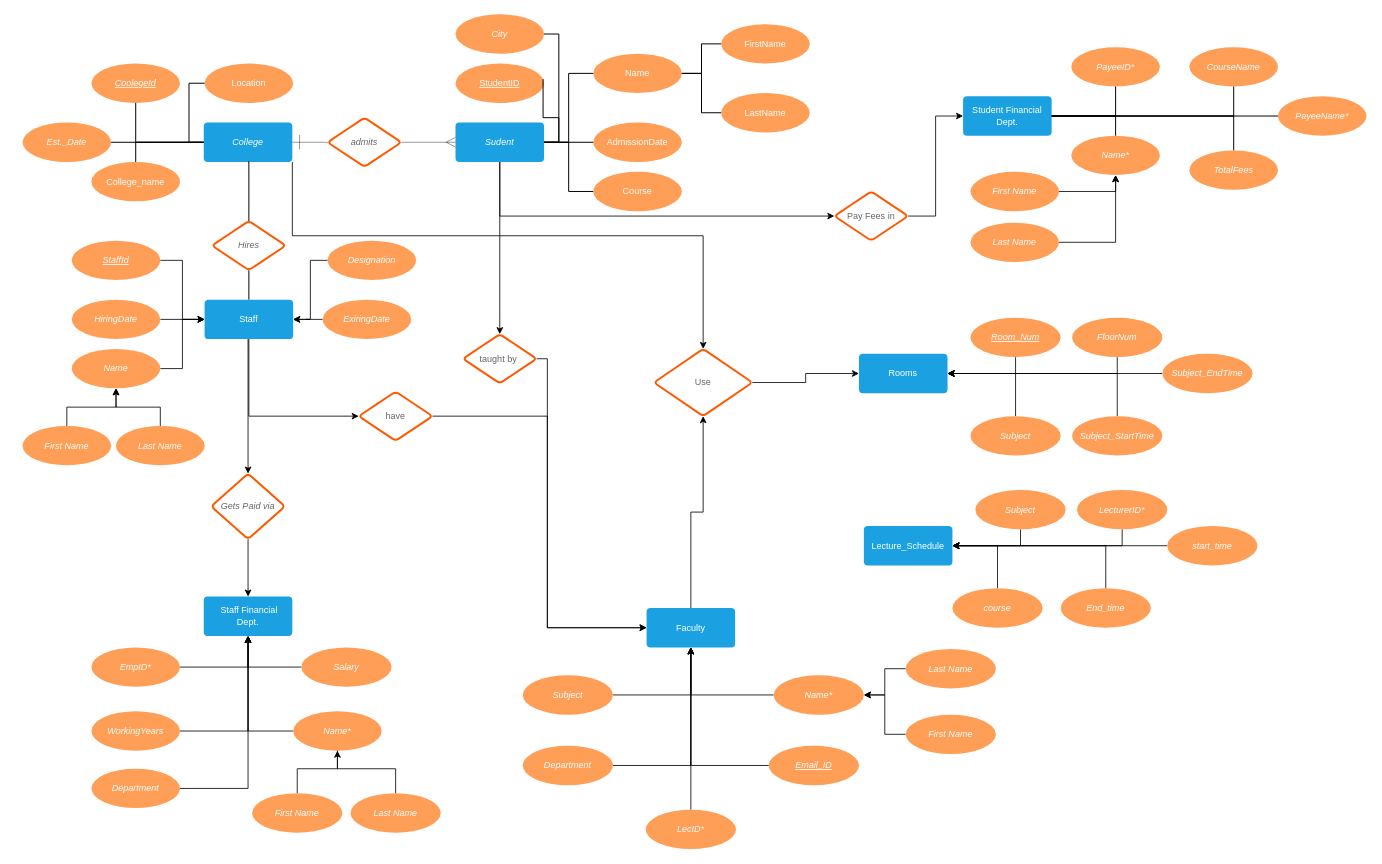
This is Untitled Diagram.drawio from nikgrover/DBMS, a draw.io file, before an edit. Source tidied: cells renumbered, new cells numbered last; positions are measured from the earlier drawing's top-left corner, leaving out a move shared by most shapes. Both pictures are drawn from the tidied source at 82%, with x=0, y=0 at pixel (22, 14).
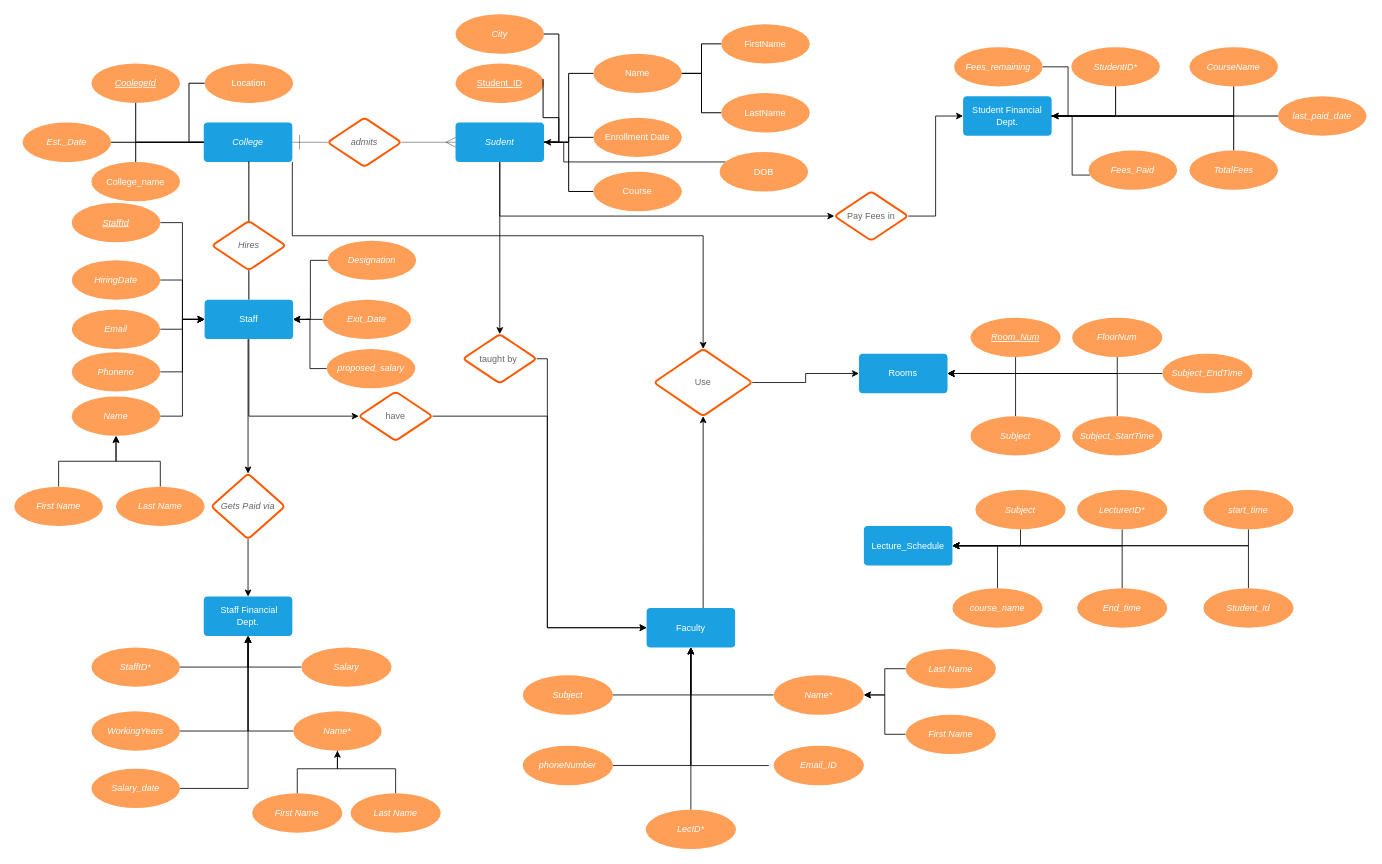
Above is the later version.

The change refers to these unchanged cells:
```xml
<mxCell id="9" value="Sudent" style="html=1;whiteSpace=wrap;fontSize=11;fontColor=#ffffff;fontStyle=2;spacing=5;strokeOpacity=0;fillOpacity=100;rounded=1;absoluteArcSize=1;arcSize=9.6;fillColor=#1ba1e2;strokeWidth=1.2;strokeColor=#006EAF;" parent="1" vertex="1">
  <mxGeometry x="528" y="132" width="108" height="48" as="geometry" />
</mxCell>
<mxCell id="14" value="Student Financial Dept." style="html=1;whiteSpace=wrap;fontSize=11;fontColor=#ffffff;spacing=5;strokeOpacity=0;fillOpacity=100;rounded=1;absoluteArcSize=1;arcSize=9.6;fillColor=#1ba1e2;strokeWidth=1.2;strokeColor=#006EAF;" parent="1" vertex="1">
  <mxGeometry x="1147" y="100" width="108" height="48" as="geometry" />
</mxCell>
<mxCell id="49" value="Staff" style="html=1;whiteSpace=wrap;fontSize=11;fontColor=#ffffff;spacing=5;strokeOpacity=0;fillOpacity=100;rounded=1;absoluteArcSize=1;arcSize=9.6;fillColor=#1ba1e2;strokeWidth=1.2;strokeColor=#006EAF;" parent="1" vertex="1">
  <mxGeometry x="222" y="348" width="108" height="48" as="geometry" />
</mxCell>
<mxCell id="90" value="Faculty" style="html=1;whiteSpace=wrap;fontSize=11;fontColor=#ffffff;spacing=5;strokeOpacity=0;fillOpacity=100;rounded=1;absoluteArcSize=1;arcSize=9.6;fillColor=#1ba1e2;strokeWidth=1.2;strokeColor=#006EAF;" parent="1" vertex="1">
  <mxGeometry x="761" y="724" width="108" height="48" as="geometry" />
</mxCell>
<mxCell id="107" value="Use" style="html=1;whiteSpace=wrap;rhombus;fontSize=11;fontColor=#666666;spacing=5;strokeColor=#fe5900;strokeOpacity=100;rounded=1;absoluteArcSize=1;arcSize=9.6;strokeWidth=2.4;" parent="1" vertex="1">
  <mxGeometry x="770" y="408" width="120" height="82" as="geometry" />
</mxCell>
<mxCell id="119" value="Lecture_Schedule" style="html=1;whiteSpace=wrap;fontSize=11;fontColor=#ffffff;spacing=5;strokeOpacity=0;fillOpacity=100;rounded=1;absoluteArcSize=1;arcSize=9.6;fillColor=#1ba1e2;strokeWidth=1.2;strokeColor=#006EAF;" parent="1" vertex="1">
  <mxGeometry x="1026" y="624" width="108" height="48" as="geometry" />
</mxCell>
```

Change to the diagram source:
```diff
@@
-    <mxCell id="15" value="PayeeID*" style="html=1;whiteSpace=wrap;ellipse;fontSize=11;fontColor=#ffffff;fontStyle=2;spacing=5;strokeOpacity=0;fillOpacity=100;rounded=1;absoluteArcSize=1;arcSize=9.6;fillColor=#ff9e56;strokeWidth=1.2;" parent="1" vertex="1">
+    <mxCell id="15" value="StudentID*" style="html=1;whiteSpace=wrap;ellipse;fontSize=11;fontColor=#ffffff;fontStyle=2;spacing=5;strokeOpacity=0;fillOpacity=100;rounded=1;absoluteArcSize=1;arcSize=9.6;fillColor=#ff9e56;strokeWidth=1.2;" parent="1" vertex="1">
       <mxGeometry x="1279" y="40" width="108" height="48" as="geometry" />
     </mxCell>
@@
-    <mxCell id="17" value="PayeeName*" style="html=1;whiteSpace=wrap;ellipse;fontSize=11;fontColor=#ffffff;fontStyle=2;spacing=5;strokeOpacity=0;fillOpacity=100;rounded=1;absoluteArcSize=1;arcSize=9.6;fillColor=#ff9e56;strokeWidth=1.2;" parent="1" vertex="1">
+    <mxCell id="17" value="last_paid_date" style="html=1;whiteSpace=wrap;ellipse;fontSize=11;fontColor=#ffffff;fontStyle=2;spacing=5;strokeOpacity=0;fillOpacity=100;rounded=1;absoluteArcSize=1;arcSize=9.6;fillColor=#ff9e56;strokeWidth=1.2;" parent="1" vertex="1">
       <mxGeometry x="1531" y="100" width="108" height="48" as="geometry" />
     </mxCell>
-    <mxCell id="18" value="Name*" style="html=1;whiteSpace=wrap;ellipse;fontSize=11;fontColor=#ffffff;fontStyle=2;spacing=5;strokeOpacity=0;fillOpacity=100;rounded=1;absoluteArcSize=1;arcSize=9.6;fillColor=#ff9e56;strokeWidth=1.2;" parent="1" vertex="1">
-      <mxGeometry x="1279" y="148" width="108" height="48" as="geometry" />
-    </mxCell>
@@
-    <mxCell id="24" value="AdmissionDate" style="html=1;whiteSpace=wrap;ellipse;fontSize=11;fontColor=#ffffff;spacing=5;strokeOpacity=0;fillOpacity=100;rounded=1;absoluteArcSize=1;arcSize=9.6;fillColor=#ff9e56;strokeWidth=1.2;" parent="1" vertex="1">
-      <mxGeometry x="696" y="132" width="108" height="48" as="geometry" />
+    <mxCell id="24" value="Enrollment Date" style="html=1;whiteSpace=wrap;ellipse;fontSize=11;fontColor=#ffffff;spacing=5;strokeOpacity=0;fillOpacity=100;rounded=1;absoluteArcSize=1;arcSize=9.6;fillColor=#ff9e56;strokeWidth=1.2;" parent="1" vertex="1">
+      <mxGeometry x="696" y="126" width="108" height="48" as="geometry" />
     </mxCell>
-    <mxCell id="25" value="StudentID" style="html=1;whiteSpace=wrap;ellipse;fontSize=11;fontColor=#ffffff;fontStyle=4;spacing=5;strokeOpacity=0;fillOpacity=100;rounded=1;absoluteArcSize=1;arcSize=9.6;fillColor=#ff9e56;strokeWidth=1.2;" parent="1" vertex="1">
+    <mxCell id="25" value="Student_ID" style="html=1;whiteSpace=wrap;ellipse;fontSize=11;fontColor=#ffffff;fontStyle=4;spacing=5;strokeOpacity=0;fillOpacity=100;rounded=1;absoluteArcSize=1;arcSize=9.6;fillColor=#ff9e56;strokeWidth=1.2;" parent="1" vertex="1">
       <mxGeometry x="528" y="60" width="108" height="48" as="geometry" />
     </mxCell>
@@
-    <mxCell id="41" style="html=1;jettySize=18;fontSize=11;strokeWidth=1.2;rounded=1;arcSize=0;edgeStyle=orthogonalEdgeStyle;startArrow=none;endArrow=none;exitX=0.5;exitY=0;exitPerimeter=1;entryX=1;entryY=0.5;entryPerimeter=1;" parent="1" edge="1" source="18" target="14">
-      <mxGeometry relative="1" as="geometry" />
-    </mxCell>
@@
     <mxCell id="51" value="HiringDate" style="html=1;whiteSpace=wrap;ellipse;fontSize=11;fontColor=#ffffff;fontStyle=2;spacing=5;strokeOpacity=0;fillOpacity=100;rounded=1;absoluteArcSize=1;arcSize=9.6;fillColor=#ff9e56;strokeWidth=1.2;" parent="1" vertex="1">
-      <mxGeometry x="60" y="348" width="108" height="48" as="geometry" />
+      <mxGeometry x="60" y="300" width="108" height="48" as="geometry" />
     </mxCell>
@@
     <mxCell id="53" value="First Name" style="html=1;whiteSpace=wrap;ellipse;fontSize=11;fontColor=#ffffff;fontStyle=2;spacing=5;strokeOpacity=0;fillOpacity=100;rounded=1;absoluteArcSize=1;arcSize=9.6;fillColor=#ff9e56;strokeWidth=1.2;" parent="1" vertex="1">
-      <mxGeometry y="502" width="108" height="48" as="geometry" />
+      <mxGeometry x="-10" y="576" width="108" height="48" as="geometry" />
     </mxCell>
@@
     <mxCell id="55" value="StaffId" style="html=1;whiteSpace=wrap;ellipse;fontSize=11;fontColor=#ffffff;fontStyle=6;spacing=5;strokeOpacity=0;fillOpacity=100;rounded=1;absoluteArcSize=1;arcSize=9.6;fillColor=#ff9e56;strokeWidth=1.2;" parent="1" vertex="1">
-      <mxGeometry x="60" y="276" width="108" height="48" as="geometry" />
+      <mxGeometry x="60" y="230" width="108" height="48" as="geometry" />
     </mxCell>
@@
     <mxCell id="57" value="Name" style="html=1;whiteSpace=wrap;ellipse;fontSize=11;fontColor=#ffffff;fontStyle=2;spacing=5;strokeOpacity=0;fillOpacity=100;rounded=1;absoluteArcSize=1;arcSize=9.6;fillColor=#ff9e56;strokeWidth=1.2;" parent="1" vertex="1">
-      <mxGeometry x="60" y="408" width="108" height="48" as="geometry" />
+      <mxGeometry x="60" y="466" width="108" height="48" as="geometry" />
     </mxCell>
@@
-    <mxCell id="62" value="EmpID*" style="html=1;whiteSpace=wrap;ellipse;fontSize=11;fontColor=#ffffff;fontStyle=2;spacing=5;strokeOpacity=0;fillOpacity=100;rounded=1;absoluteArcSize=1;arcSize=9.6;fillColor=#ff9e56;strokeWidth=1.2;" parent="1" vertex="1">
+    <mxCell id="62" value="StaffID*" style="html=1;whiteSpace=wrap;ellipse;fontSize=11;fontColor=#ffffff;fontStyle=2;spacing=5;strokeOpacity=0;fillOpacity=100;rounded=1;absoluteArcSize=1;arcSize=9.6;fillColor=#ff9e56;strokeWidth=1.2;" parent="1" vertex="1">
       <mxGeometry x="84" y="772" width="108" height="48" as="geometry" />
     </mxCell>
@@
-    <mxCell id="68" value="Department" style="html=1;whiteSpace=wrap;ellipse;fontSize=11;fontColor=#ffffff;fontStyle=2;spacing=5;strokeOpacity=0;fillOpacity=100;rounded=1;absoluteArcSize=1;arcSize=9.6;fillColor=#ff9e56;strokeWidth=1.2;" parent="1" vertex="1">
+    <mxCell id="68" value="Salary_date" style="html=1;whiteSpace=wrap;ellipse;fontSize=11;fontColor=#ffffff;fontStyle=2;spacing=5;strokeOpacity=0;fillOpacity=100;rounded=1;absoluteArcSize=1;arcSize=9.6;fillColor=#ff9e56;strokeWidth=1.2;" parent="1" vertex="1">
       <mxGeometry x="84" y="920" width="108" height="48" as="geometry" />
     </mxCell>
@@
-    <mxCell id="71" style="edgeStyle=orthogonalEdgeStyle;rounded=0;jettySize=auto;html=1;entryX=0.5;entryY=1;entryDx=0;entryDy=0;" parent="1" edge="1" source="72" target="18">
-      <mxGeometry relative="1" as="geometry" />
-    </mxCell>
+    <mxCell id="130" style="edgeStyle=orthogonalEdgeStyle;rounded=0;jettySize=auto;html=1;entryX=1;entryY=0.5;entryDx=0;entryDy=0;exitX=1;exitY=0.5;exitDx=0;exitDy=0;" parent="1" edge="1" source="72" target="14">
+      <mxGeometry relative="1" as="geometry" />
+    </mxCell>
-    <mxCell id="72" value="First Name" style="html=1;whiteSpace=wrap;ellipse;fontSize=11;fontColor=#ffffff;fontStyle=2;spacing=5;strokeOpacity=0;fillOpacity=100;rounded=1;absoluteArcSize=1;arcSize=9.6;fillColor=#ff9e56;strokeWidth=1.2;" parent="1" vertex="1">
-      <mxGeometry x="1156" y="192" width="108" height="48" as="geometry" />
+    <mxCell id="72" value="Fees_remaining" style="html=1;whiteSpace=wrap;ellipse;fontSize=11;fontColor=#ffffff;fontStyle=2;spacing=5;strokeOpacity=0;fillOpacity=100;rounded=1;absoluteArcSize=1;arcSize=9.6;fillColor=#ff9e56;strokeWidth=1.2;" parent="1" vertex="1">
+      <mxGeometry x="1136" y="40" width="108" height="48" as="geometry" />
     </mxCell>
-    <mxCell id="73" style="edgeStyle=orthogonalEdgeStyle;rounded=0;jettySize=auto;html=1;entryX=0.5;entryY=1;entryDx=0;entryDy=0;" parent="1" edge="1" source="74" target="18">
-      <mxGeometry relative="1" as="geometry" />
+    <mxCell id="73" style="edgeStyle=orthogonalEdgeStyle;rounded=0;jettySize=auto;html=1;entryX=1;entryY=0.5;entryDx=0;entryDy=0;" parent="1" edge="1" source="74" target="14">
+      <mxGeometry relative="1" as="geometry">
+        <Array as="points">
+          <mxPoint x="1280" y="196" />
+          <mxPoint x="1280" y="124" />
+        </Array>
+      </mxGeometry>
     </mxCell>
-    <mxCell id="74" value="Last Name" style="html=1;whiteSpace=wrap;ellipse;fontSize=11;fontColor=#ffffff;fontStyle=2;spacing=5;strokeOpacity=0;fillOpacity=100;rounded=1;absoluteArcSize=1;arcSize=9.6;fillColor=#ff9e56;strokeWidth=1.2;" parent="1" vertex="1">
-      <mxGeometry x="1156" y="254" width="108" height="48" as="geometry" />
+    <mxCell id="74" value="Fees_Paid" style="html=1;whiteSpace=wrap;ellipse;fontSize=11;fontColor=#ffffff;fontStyle=2;spacing=5;strokeOpacity=0;fillOpacity=100;rounded=1;absoluteArcSize=1;arcSize=9.6;fillColor=#ff9e56;strokeWidth=1.2;" parent="1" vertex="1">
+      <mxGeometry x="1300" y="166" width="108" height="48" as="geometry" />
     </mxCell>
@@
     <mxCell id="78" value="Last Name" style="html=1;whiteSpace=wrap;ellipse;fontSize=11;fontColor=#ffffff;fontStyle=2;spacing=5;strokeOpacity=0;fillOpacity=100;rounded=1;absoluteArcSize=1;arcSize=9.6;fillColor=#ff9e56;strokeWidth=1.2;" parent="1" vertex="1">
-      <mxGeometry x="114" y="502" width="108" height="48" as="geometry" />
+      <mxGeometry x="114" y="576" width="108" height="48" as="geometry" />
     </mxCell>
@@
-    <mxCell id="80" value="ExiringDate" style="html=1;whiteSpace=wrap;ellipse;fontSize=11;fontColor=#ffffff;fontStyle=2;spacing=5;strokeOpacity=0;fillOpacity=100;rounded=1;absoluteArcSize=1;arcSize=9.6;fillColor=#ff9e56;strokeWidth=1.2;" parent="1" vertex="1">
+    <mxCell id="80" value="Exit_Date" style="html=1;whiteSpace=wrap;ellipse;fontSize=11;fontColor=#ffffff;fontStyle=2;spacing=5;strokeOpacity=0;fillOpacity=100;rounded=1;absoluteArcSize=1;arcSize=9.6;fillColor=#ff9e56;strokeWidth=1.2;" parent="1" vertex="1">
       <mxGeometry x="366" y="348" width="108" height="48" as="geometry" />
     </mxCell>
@@
     <mxCell id="89" style="edgeStyle=orthogonalEdgeStyle;rounded=0;jettySize=auto;html=1;entryX=0.5;entryY=1;entryDx=0;entryDy=0;" parent="1" edge="1" source="90" target="107">
-      <mxGeometry relative="1" as="geometry" />
+      <mxGeometry relative="1" as="geometry">
+        <Array as="points">
+          <mxPoint x="830" y="640" />
+          <mxPoint x="830" y="640" />
+        </Array>
+      </mxGeometry>
     </mxCell>
@@
-    <mxCell id="98" value="Department" style="html=1;whiteSpace=wrap;ellipse;fontSize=11;fontColor=#ffffff;fontStyle=2;spacing=5;strokeOpacity=0;fillOpacity=100;rounded=1;absoluteArcSize=1;arcSize=9.6;fillColor=#ff9e56;strokeWidth=1.2;" parent="1" vertex="1">
+    <mxCell id="98" value="phoneNumber&lt;br&gt;" style="html=1;whiteSpace=wrap;ellipse;fontSize=11;fontColor=#ffffff;fontStyle=2;spacing=5;strokeOpacity=0;fillOpacity=100;rounded=1;absoluteArcSize=1;arcSize=9.6;fillColor=#ff9e56;strokeWidth=1.2;" parent="1" vertex="1">
       <mxGeometry x="610" y="892" width="110" height="48" as="geometry" />
     </mxCell>
@@
-    <mxCell id="103" style="edgeStyle=orthogonalEdgeStyle;rounded=0;jettySize=auto;html=1;entryX=0.5;entryY=1;entryDx=0;entryDy=0;" parent="1" edge="1" source="104" target="90">
+    <mxCell id="103" style="edgeStyle=orthogonalEdgeStyle;rounded=0;jettySize=auto;html=1;entryX=0.5;entryY=1;entryDx=0;entryDy=0;" parent="1" edge="1" target="90">
       <mxGeometry relative="1" as="geometry">
+        <mxPoint x="910" y="916.1" as="sourcePoint" />
         <Array as="points">
           <mxPoint x="815" y="916" />
         </Array>
       </mxGeometry>
     </mxCell>
-    <mxCell id="104" value="&lt;u&gt;Email_ID&lt;/u&gt;" style="html=1;whiteSpace=wrap;ellipse;fontSize=11;fontColor=#ffffff;fontStyle=2;spacing=5;strokeOpacity=0;fillOpacity=100;rounded=1;absoluteArcSize=1;arcSize=9.6;fillColor=#ff9e56;strokeWidth=1.2;" parent="1" vertex="1">
-      <mxGeometry x="910" y="892" width="110" height="48" as="geometry" />
-    </mxCell>
@@
     <mxCell id="122" style="edgeStyle=orthogonalEdgeStyle;rounded=0;jettySize=auto;html=1;" parent="1" edge="1" source="123" target="119">
-      <mxGeometry relative="1" as="geometry" />
+      <mxGeometry relative="1" as="geometry">
+        <Array as="points">
+          <mxPoint x="1495" y="648" />
+        </Array>
+      </mxGeometry>
     </mxCell>
     <mxCell id="123" value="start_time" style="html=1;whiteSpace=wrap;ellipse;fontSize=11;fontColor=#ffffff;fontStyle=2;spacing=5;strokeOpacity=0;fillOpacity=100;rounded=1;absoluteArcSize=1;arcSize=9.6;fillColor=#ff9e56;strokeWidth=1.2;" parent="1" vertex="1">
-      <mxGeometry x="1396" y="624" width="110" height="48" as="geometry" />
+      <mxGeometry x="1440" y="580" width="110" height="48" as="geometry" />
     </mxCell>
@@
     <mxCell id="127" value="End_time" style="html=1;whiteSpace=wrap;ellipse;fontSize=11;fontColor=#ffffff;fontStyle=2;spacing=5;strokeOpacity=0;fillOpacity=100;rounded=1;absoluteArcSize=1;arcSize=9.6;fillColor=#ff9e56;strokeWidth=1.2;" parent="1" vertex="1">
-      <mxGeometry x="1266" y="700" width="110" height="48" as="geometry" />
+      <mxGeometry x="1286" y="700" width="110" height="48" as="geometry" />
     </mxCell>
@@
-    <mxCell id="129" value="course" style="html=1;whiteSpace=wrap;ellipse;fontSize=11;fontColor=#ffffff;fontStyle=2;spacing=5;strokeOpacity=0;fillOpacity=100;rounded=1;absoluteArcSize=1;arcSize=9.6;fillColor=#ff9e56;strokeWidth=1.2;" parent="1" vertex="1">
+    <mxCell id="129" value="course_name" style="html=1;whiteSpace=wrap;ellipse;fontSize=11;fontColor=#ffffff;fontStyle=2;spacing=5;strokeOpacity=0;fillOpacity=100;rounded=1;absoluteArcSize=1;arcSize=9.6;fillColor=#ff9e56;strokeWidth=1.2;" parent="1" vertex="1">
       <mxGeometry x="1134" y="700" width="110" height="48" as="geometry" />
     </mxCell>
+    <mxCell id="131" style="edgeStyle=orthogonalEdgeStyle;rounded=0;jettySize=auto;html=1;entryX=1;entryY=0.5;entryDx=0;entryDy=0;" parent="1" edge="1" source="132" target="9">
+      <mxGeometry relative="1" as="geometry">
+        <Array as="points">
+          <mxPoint x="660" y="180" />
+          <mxPoint x="660" y="156" />
+        </Array>
+      </mxGeometry>
+    </mxCell>
+    <mxCell id="132" value="DOB" style="html=1;whiteSpace=wrap;ellipse;fontSize=11;fontColor=#ffffff;spacing=5;strokeOpacity=0;fillOpacity=100;rounded=1;absoluteArcSize=1;arcSize=9.6;fillColor=#ff9e56;strokeWidth=1.2;" parent="1" vertex="1">
+      <mxGeometry x="850" y="168" width="108" height="48" as="geometry" />
+    </mxCell>
+    <mxCell id="133" style="edgeStyle=orthogonalEdgeStyle;rounded=0;jettySize=auto;html=1;entryX=1;entryY=0.5;entryDx=0;entryDy=0;" parent="1" edge="1" source="134" target="49">
+      <mxGeometry relative="1" as="geometry" />
+    </mxCell>
+    <mxCell id="134" value="proposed_salary" style="html=1;whiteSpace=wrap;ellipse;fontSize=11;fontColor=#ffffff;fontStyle=2;spacing=5;strokeOpacity=0;fillOpacity=100;rounded=1;absoluteArcSize=1;arcSize=9.6;fillColor=#ff9e56;strokeWidth=1.2;" parent="1" vertex="1">
+      <mxGeometry x="371" y="408" width="108" height="48" as="geometry" />
+    </mxCell>
+    <mxCell id="135" style="edgeStyle=orthogonalEdgeStyle;rounded=0;jettySize=auto;html=1;entryX=0;entryY=0.5;entryDx=0;entryDy=0;" parent="1" edge="1" source="136" target="49">
+      <mxGeometry relative="1" as="geometry" />
+    </mxCell>
+    <mxCell id="136" value="Email" style="html=1;whiteSpace=wrap;ellipse;fontSize=11;fontColor=#ffffff;fontStyle=2;spacing=5;strokeOpacity=0;fillOpacity=100;rounded=1;absoluteArcSize=1;arcSize=9.6;fillColor=#ff9e56;strokeWidth=1.2;" parent="1" vertex="1">
+      <mxGeometry x="60" y="360" width="108" height="48" as="geometry" />
+    </mxCell>
+    <mxCell id="137" style="edgeStyle=orthogonalEdgeStyle;rounded=0;jettySize=auto;html=1;entryX=0;entryY=0.5;entryDx=0;entryDy=0;" parent="1" edge="1" source="138" target="49">
+      <mxGeometry relative="1" as="geometry" />
+    </mxCell>
+    <mxCell id="138" value="Phoneno" style="html=1;whiteSpace=wrap;ellipse;fontSize=11;fontColor=#ffffff;fontStyle=2;spacing=5;strokeOpacity=0;fillOpacity=100;rounded=1;absoluteArcSize=1;arcSize=9.6;fillColor=#ff9e56;strokeWidth=1.2;" parent="1" vertex="1">
+      <mxGeometry x="60" y="412" width="108" height="48" as="geometry" />
+    </mxCell>
+    <mxCell id="104" value="Email_ID" style="html=1;whiteSpace=wrap;ellipse;fontSize=11;fontColor=#ffffff;fontStyle=2;spacing=5;strokeOpacity=0;fillOpacity=100;rounded=1;absoluteArcSize=1;arcSize=9.6;fillColor=#ff9e56;strokeWidth=1.2;" parent="1" vertex="1">
+      <mxGeometry x="916" y="892" width="110" height="48" as="geometry" />
+    </mxCell>
+    <mxCell id="139" style="edgeStyle=orthogonalEdgeStyle;rounded=0;jettySize=auto;html=1;entryX=1;entryY=0.5;entryDx=0;entryDy=0;" parent="1" edge="1" source="140" target="119">
+      <mxGeometry relative="1" as="geometry">
+        <Array as="points">
+          <mxPoint x="1495" y="648" />
+        </Array>
+      </mxGeometry>
+    </mxCell>
+    <mxCell id="140" value="Student_Id" style="html=1;whiteSpace=wrap;ellipse;fontSize=11;fontColor=#ffffff;fontStyle=2;spacing=5;strokeOpacity=0;fillOpacity=100;rounded=1;absoluteArcSize=1;arcSize=9.6;fillColor=#ff9e56;strokeWidth=1.2;" parent="1" vertex="1">
+      <mxGeometry x="1440" y="700" width="110" height="48" as="geometry" />
+    </mxCell>
```
